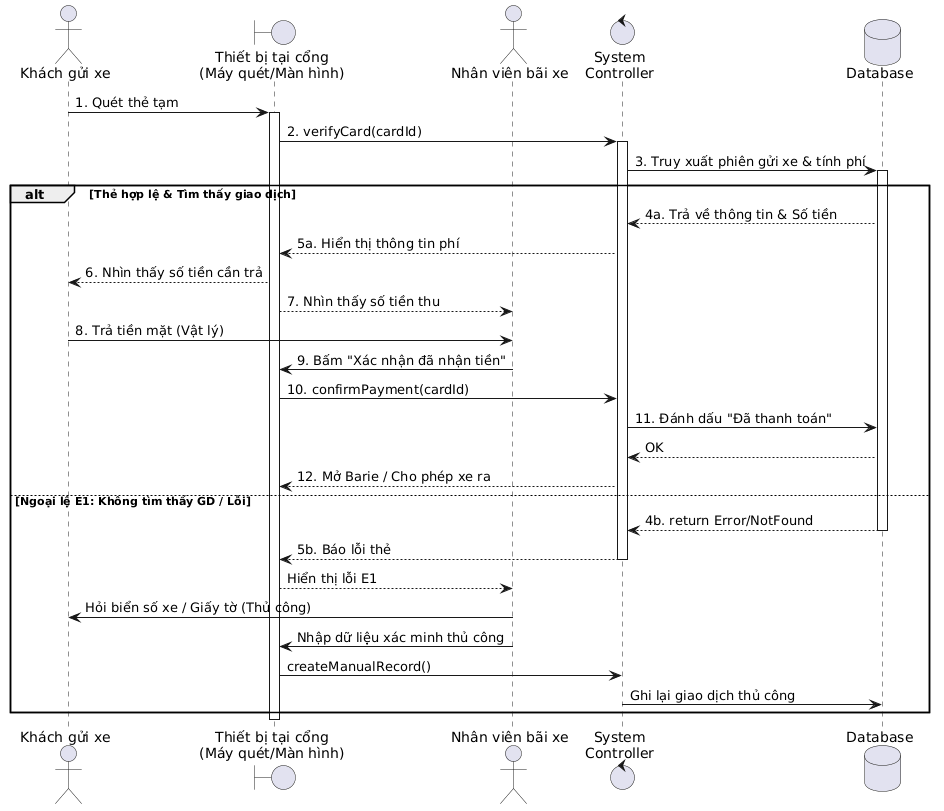
KTX-0711/Software-Engineering-Assignment-HK252 keeps this PlantUML diagram as LaTex/pictures/seq_thanhtoanthucong.png. Above is the earlier version.
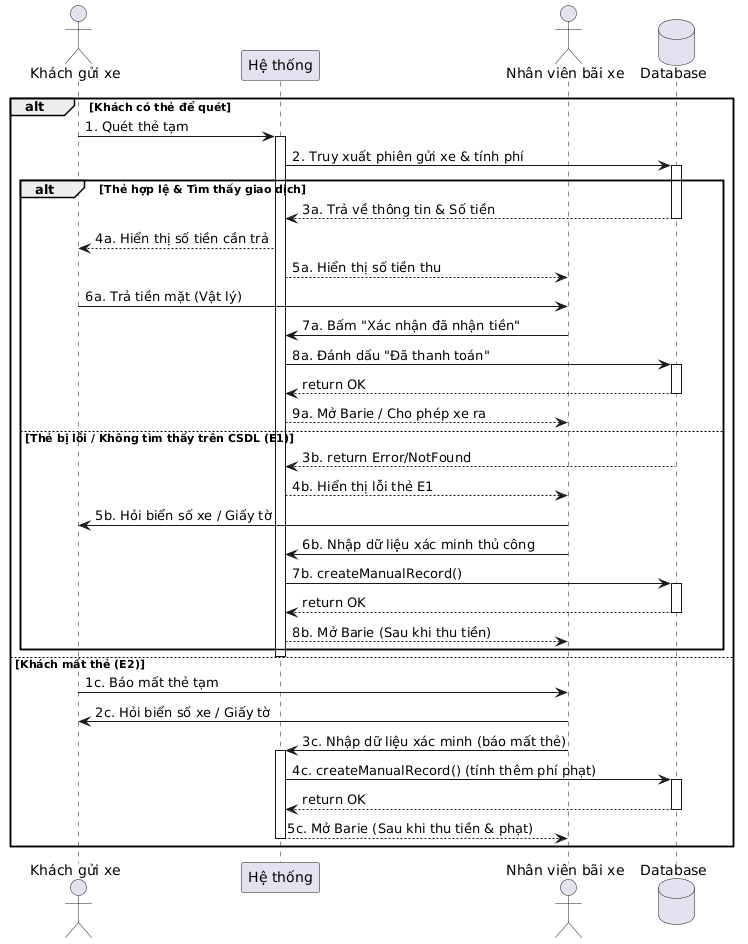
After the change.

The edit, as a diff of the source:
```diff
@@ -1,45 +1,59 @@
 @startuml
 actor "Khách gửi xe" as User
-boundary "Thiết bị tại cổng\n(Máy quét/Màn hình)" as GateUI
+participant "Hệ thống" as System
 actor "Nhân viên bãi xe" as Staff
-control "System\nController" as Server
 database "Database" as DB
 
-User -> GateUI : 1. Quét thẻ tạm
-activate GateUI
+alt Khách có thẻ để quét
+    User -> System : 1. Quét thẻ tạm
+    activate System
 
-GateUI -> Server : 2. verifyCard(cardId)
-activate Server
+    System -> DB : 2. Truy xuất phiên gửi xe & tính phí
+    activate DB
 
-Server -> DB : 3. Truy xuất phiên gửi xe & tính phí
-activate DB
+    alt Thẻ hợp lệ & Tìm thấy giao dịch
+        DB --> System : 3a. Trả về thông tin & Số tiền
+        deactivate DB
+        System --> User : 4a. Hiển thị số tiền cần trả
+        System --> Staff : 5a. Hiển thị số tiền thu
 
-alt Thẻ hợp lệ & Tìm thấy giao dịch
-    DB --> Server : 4a. Trả về thông tin & Số tiền
-    Server --> GateUI : 5a. Hiển thị thông tin phí
-    GateUI --> User : 6. Nhìn thấy số tiền cần trả
-    GateUI --> Staff : 7. Nhìn thấy số tiền thu
+        User -> Staff : 6a. Trả tiền mặt (Vật lý)
+        Staff -> System : 7a. Bấm "Xác nhận đã nhận tiền"
 
-    User -> Staff : 8. Trả tiền mặt (Vật lý)
-    Staff -> GateUI : 9. Bấm "Xác nhận đã nhận tiền"
+        System -> DB : 8a. Đánh dấu "Đã thanh toán"
+        activate DB
+        DB --> System : return OK
+        deactivate DB
+        System --> Staff : 9a. Mở Barie / Cho phép xe ra
 
-    GateUI -> Server : 10. confirmPayment(cardId)
-    Server -> DB : 11. Đánh dấu "Đã thanh toán"
-    DB --> Server : OK
-    Server --> GateUI : 12. Mở Barie / Cho phép xe ra
+    else Thẻ bị lỗi / Không tìm thấy trên CSDL (E1)
+        DB --> System : 3b. return Error/NotFound
+        deactivate DB
+        System --> Staff : 4b. Hiển thị lỗi thẻ E1
 
-else Ngoại lệ E1: Không tìm thấy GD / Lỗi
-    DB --> Server : 4b. return Error/NotFound
+        Staff -> User : 5b. Hỏi biển số xe / Giấy tờ
+        Staff -> System : 6b. Nhập dữ liệu xác minh thủ công
+        System -> DB : 7b. createManualRecord()
+        activate DB
+        DB --> System : return OK
+        deactivate DB
+        System --> Staff : 8b. Mở Barie (Sau khi thu tiền)
+    end
+    deactivate System
+
+else Khách mất thẻ (E2)
+    User -> Staff : 1c. Báo mất thẻ tạm
+
+    Staff -> User : 2c. Hỏi biển số xe / Giấy tờ
+    Staff -> System : 3c. Nhập dữ liệu xác minh (báo mất thẻ)
+    activate System
+
+    System -> DB : 4c. createManualRecord() (tính thêm phí phạt)
+    activate DB
+    DB --> System : return OK
     deactivate DB
-    Server --> GateUI : 5b. Báo lỗi thẻ
-    deactivate Server
-    GateUI --> Staff : Hiển thị lỗi E1
 
-    Staff -> User : Hỏi biển số xe / Giấy tờ (Thủ công)
-    Staff -> GateUI : Nhập dữ liệu xác minh thủ công
-    GateUI -> Server : createManualRecord()
-    Server -> DB : Ghi lại giao dịch thủ công
+    System --> Staff : 5c. Mở Barie (Sau khi thu tiền & phạt)
+    deactivate System
 end
-
-deactivate GateUI
 @enduml
```
